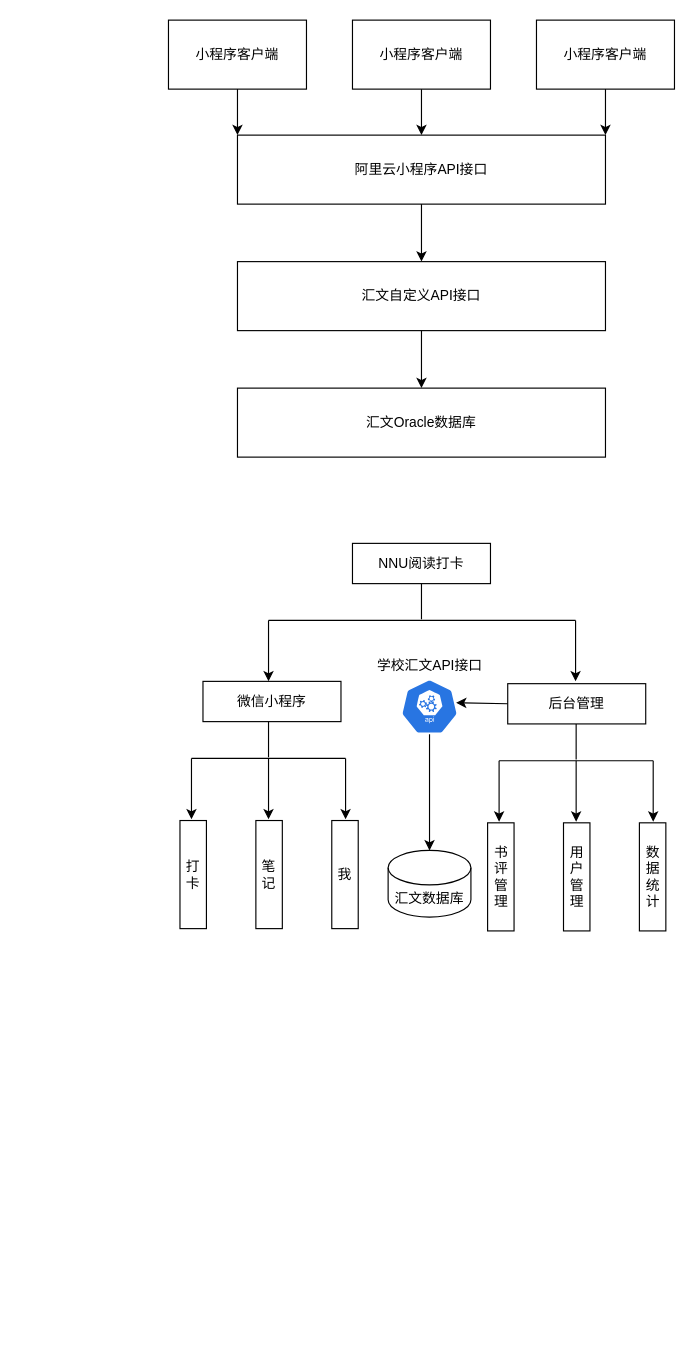
Earlier version of the draw.io diagram 未命名绘图.drawio (yisqiu/SimpleMap-wx). Source tidied: cells renumbered, new cells numbered last; positions are measured from the earlier drawing's top-left corner, leaving out a move shared by most shapes. Both pictures are drawn from the tidied source at 115%, with x=0, y=0 at pixel (168, 20).
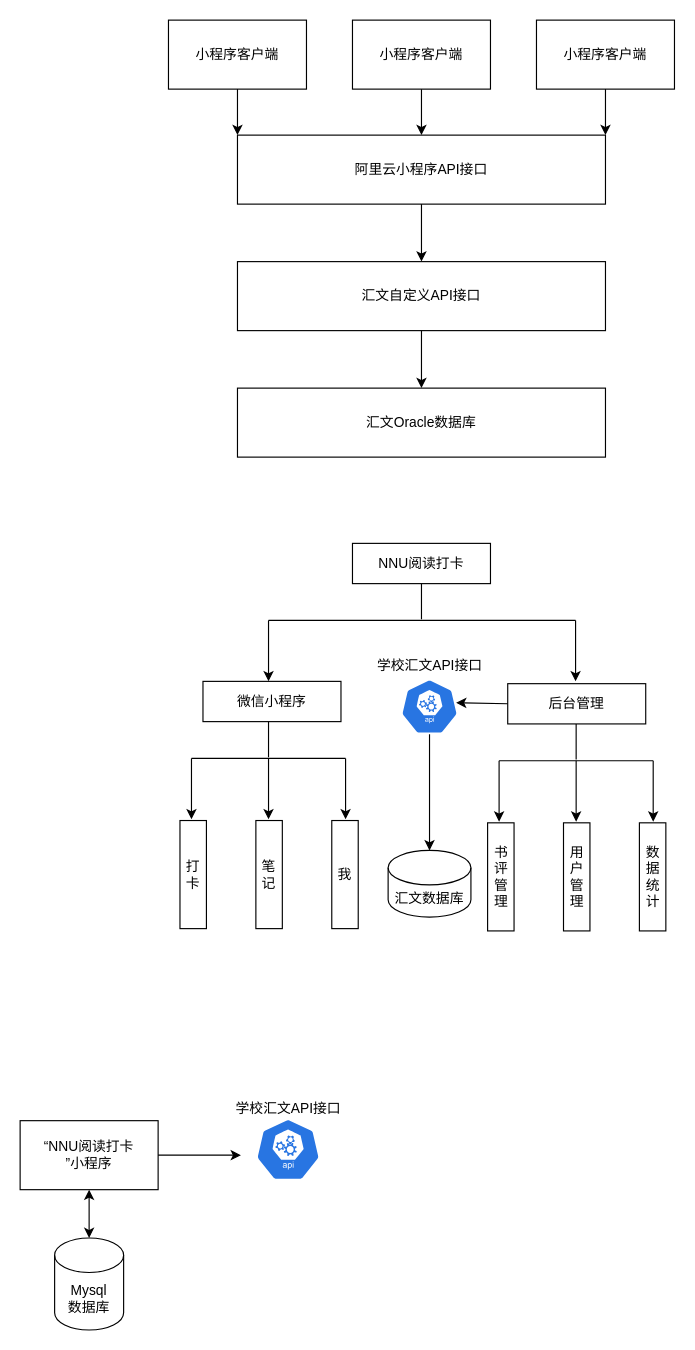
The same diagram, later.

Commit message:
更新未命名绘图.drawio

The edit, as a diff of the source:
```diff
@@
+    <mxCell id="40" value="“NNU阅读打卡&lt;br&gt;”小程序" style="rounded=0;whiteSpace=wrap;html=1;" parent="1" vertex="1">
+      <mxGeometry x="-129" y="957" width="120" height="60" as="geometry" />
+    </mxCell>
+    <mxCell id="41" style="endArrow=classic;html=1;exitX=1;exitY=0.5;exitDx=0;exitDy=0;" parent="1" edge="1" source="40">
+      <mxGeometry relative="1" as="geometry">
+        <mxPoint x="63" y="987" as="targetPoint" />
+      </mxGeometry>
+    </mxCell>
+    <mxCell id="42" value="学校汇文API接口" style="html=1;dashed=0;whitespace=wrap;fillColor=#2875E2;strokeColor=#ffffff;shape=mxgraph.kubernetes.icon;prIcon=api;spacingLeft=0;spacingBottom=70;" parent="1" vertex="1">
+      <mxGeometry x="76" y="953" width="56" height="58" as="geometry" />
+    </mxCell>
+    <mxCell id="43" value="Mysql&lt;br&gt;数据库" style="shape=cylinder3;whiteSpace=wrap;html=1;boundedLbl=1;backgroundOutline=1;size=15;" parent="1" vertex="1">
+      <mxGeometry x="-99" y="1059" width="60" height="80" as="geometry" />
+    </mxCell>
+    <mxCell id="44" style="endArrow=classic;startArrow=classic;html=1;entryX=0.5;entryY=1;entryDx=0;entryDy=0;exitX=0.5;exitY=0;exitDx=0;exitDy=0;exitPerimeter=0;" parent="1" edge="1" source="43" target="40">
+      <mxGeometry relative="1" as="geometry" />
+    </mxCell>
```
